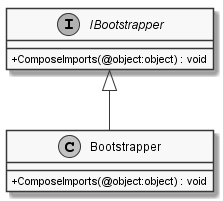
This is documents/sd/resources/Classes/Core/MORR/Bootstrapper.png from insightmind/MORR, a PlantUML export, as it was before one commit.
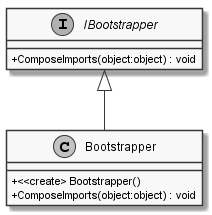
After the change.

Change to the diagram source:
```diff
@@ -1,14 +1,14 @@
 @startuml
 skinparam monochrome true
 skinparam classAttributeIconSize 0
-
 class Bootstrapper {
-    + ComposeImports(@object:object) : void
+    + <<create> Bootstrapper()
+    + ComposeImports(object:object) : void
 }
-
+skinparam monochrome true
+skinparam classAttributeIconSize 0
 interface IBootstrapper {
-    + ComposeImports(@object:object) : void
+    + ComposeImports(object:object) : void
 }
-
 IBootstrapper <|-- Bootstrapper
 @enduml
```
